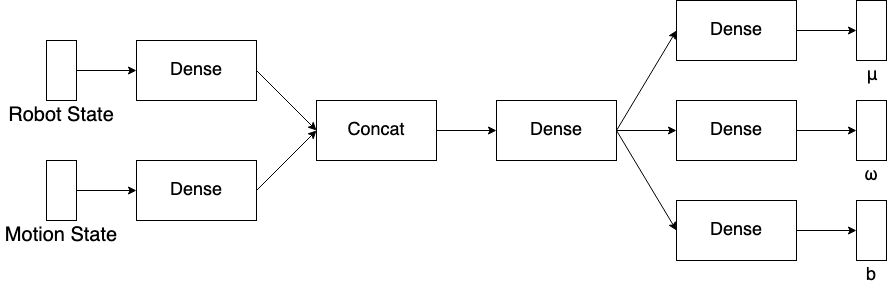
Above: images/actor_motion_en_net.png in shandilya1998/CPGController (draw.io), before the change. Source tidied: cells renumbered, new cells last; positions are measured from the earlier drawing's top-left corner, leaving out a move shared by most shapes.
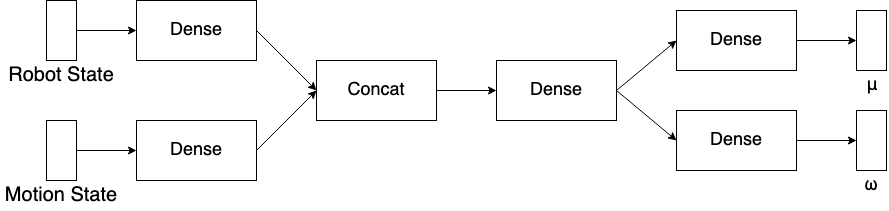
The same diagram one commit later.

The edit, as a diff of the source:
```diff
@@ -35,56 +35,41 @@
     <mxCell id="12" value="&lt;font style=&quot;font-size: 18px&quot;&gt;Dense&lt;/font&gt;" style="whiteSpace=wrap;html=1;rounded=0;" parent="1" vertex="1">
       <mxGeometry x="496" y="100" width="120" height="60" as="geometry" />
     </mxCell>
-    <mxCell id="13" style="edgeStyle=orthogonalEdgeStyle;rounded=0;jettySize=auto;html=1;" parent="1" edge="1" source="14" target="25">
+    <mxCell id="13" style="edgeStyle=orthogonalEdgeStyle;rounded=0;jettySize=auto;html=1;" parent="1" edge="1" source="14" target="22">
       <mxGeometry relative="1" as="geometry" />
     </mxCell>
     <mxCell id="14" value="&lt;font style=&quot;font-size: 18px&quot;&gt;Dense&lt;/font&gt;" style="rounded=0;whiteSpace=wrap;html=1;" parent="1" vertex="1">
-      <mxGeometry x="676" y="100" width="120" height="60" as="geometry" />
+      <mxGeometry x="676" y="150" width="120" height="60" as="geometry" />
     </mxCell>
-    <mxCell id="15" style="edgeStyle=orthogonalEdgeStyle;rounded=0;jettySize=auto;html=1;" parent="1" edge="1" source="16" target="26">
+    <mxCell id="15" style="edgeStyle=orthogonalEdgeStyle;rounded=0;jettySize=auto;html=1;" parent="1" edge="1" source="16" target="21">
       <mxGeometry relative="1" as="geometry" />
     </mxCell>
-    <mxCell id="16" value="&lt;font style=&quot;font-size: 18px&quot;&gt;Dense&lt;/font&gt;" style="whiteSpace=wrap;html=1;rounded=0;" parent="1" vertex="1">
-      <mxGeometry x="676" y="200" width="120" height="60" as="geometry" />
+    <mxCell id="16" value="&lt;font style=&quot;font-size: 18px&quot;&gt;Dense&lt;/font&gt;" style="rounded=0;whiteSpace=wrap;html=1;" parent="1" vertex="1">
+      <mxGeometry x="676" y="50" width="120" height="60" as="geometry" />
     </mxCell>
-    <mxCell id="17" style="edgeStyle=orthogonalEdgeStyle;rounded=0;jettySize=auto;html=1;" parent="1" edge="1" source="18" target="24">
+    <mxCell id="17" style="endArrow=classic;html=1;exitX=1;exitY=0.5;exitDx=0;exitDy=0;entryX=0;entryY=0.5;entryDx=0;entryDy=0;" parent="1" edge="1" source="12" target="16">
       <mxGeometry relative="1" as="geometry" />
     </mxCell>
-    <mxCell id="18" value="&lt;font style=&quot;font-size: 18px&quot;&gt;Dense&lt;/font&gt;" style="rounded=0;whiteSpace=wrap;html=1;" parent="1" vertex="1">
-      <mxGeometry x="676" width="120" height="60" as="geometry" />
+    <mxCell id="18" style="endArrow=classic;html=1;exitX=1;exitY=0.5;exitDx=0;exitDy=0;entryX=0;entryY=0.5;entryDx=0;entryDy=0;" parent="1" edge="1" source="12" target="14">
+      <mxGeometry relative="1" as="geometry" />
     </mxCell>
-    <mxCell id="19" style="endArrow=classic;html=1;exitX=1;exitY=0.5;exitDx=0;exitDy=0;entryX=0;entryY=0.5;entryDx=0;entryDy=0;" parent="1" edge="1" source="12" target="18">
-      <mxGeometry relative="1" as="geometry" />
+    <mxCell id="19" value="&lt;font style=&quot;font-size: 20px&quot;&gt;Robot State&lt;/font&gt;&lt;font style=&quot;font-size: 20px&quot;&gt;&lt;br&gt;&lt;/font&gt;" style="text;html=1;strokeColor=none;fillColor=none;align=center;verticalAlign=middle;whiteSpace=wrap;rounded=0;" parent="1" vertex="1">
+      <mxGeometry x="4.1" y="100" width="113.8" height="30" as="geometry" />
     </mxCell>
-    <mxCell id="20" style="endArrow=classic;html=1;exitX=1;exitY=0.5;exitDx=0;exitDy=0;entryX=0;entryY=0.5;entryDx=0;entryDy=0;" parent="1" edge="1" source="12" target="14">
-      <mxGeometry relative="1" as="geometry" />
+    <mxCell id="20" value="&lt;font style=&quot;font-size: 20px&quot;&gt;Motion State&lt;/font&gt;&lt;font style=&quot;font-size: 20px&quot;&gt;&lt;br&gt;&lt;/font&gt;" style="text;html=1;strokeColor=none;fillColor=none;align=center;verticalAlign=middle;whiteSpace=wrap;rounded=0;" parent="1" vertex="1">
+      <mxGeometry x="0.1" y="220" width="121.9" height="30" as="geometry" />
     </mxCell>
-    <mxCell id="21" style="endArrow=classic;html=1;exitX=1;exitY=0.5;exitDx=0;exitDy=0;entryX=0;entryY=0.5;entryDx=0;entryDy=0;" parent="1" edge="1" source="12" target="16">
-      <mxGeometry relative="1" as="geometry" />
+    <mxCell id="21" style="rounded=0;whiteSpace=wrap;html=1;" parent="1" vertex="1">
+      <mxGeometry x="856" y="50" width="30" height="60" as="geometry" />
     </mxCell>
-    <mxCell id="22" value="&lt;font style=&quot;font-size: 20px&quot;&gt;Robot State&lt;/font&gt;&lt;font style=&quot;font-size: 20px&quot;&gt;&lt;br&gt;&lt;/font&gt;" style="text;html=1;strokeColor=none;fillColor=none;align=center;verticalAlign=middle;whiteSpace=wrap;rounded=0;" parent="1" vertex="1">
-      <mxGeometry x="4.1" y="100" width="113.8" height="30" as="geometry" />
+    <mxCell id="22" style="rounded=0;whiteSpace=wrap;html=1;" parent="1" vertex="1">
+      <mxGeometry x="856" y="150" width="30" height="60" as="geometry" />
     </mxCell>
-    <mxCell id="23" value="&lt;font style=&quot;font-size: 20px&quot;&gt;Motion State&lt;/font&gt;&lt;font style=&quot;font-size: 20px&quot;&gt;&lt;br&gt;&lt;/font&gt;" style="text;html=1;strokeColor=none;fillColor=none;align=center;verticalAlign=middle;whiteSpace=wrap;rounded=0;" parent="1" vertex="1">
-      <mxGeometry x="0.1" y="220" width="121.9" height="30" as="geometry" />
+    <mxCell id="23" value="&lt;font style=&quot;font-size: 18px&quot;&gt;&lt;span class=&quot;ILfuVd NA6bn&quot;&gt;&lt;span class=&quot;hgKElc&quot;&gt;μ&lt;/span&gt;&lt;/span&gt;&lt;span class=&quot;ILfuVd&quot;&gt;&lt;span class=&quot;hgKElc&quot;&gt;&lt;br&gt;&lt;/span&gt;&lt;/span&gt;&lt;/font&gt;" style="text;html=1;strokeColor=none;fillColor=none;align=center;verticalAlign=middle;whiteSpace=wrap;rounded=0;" parent="1" vertex="1">
+      <mxGeometry x="856" y="110" width="31.9" height="30" as="geometry" />
     </mxCell>
-    <mxCell id="24" style="rounded=0;whiteSpace=wrap;html=1;" parent="1" vertex="1">
-      <mxGeometry x="856" width="30" height="60" as="geometry" />
+    <mxCell id="24" value="&lt;font style=&quot;font-size: 18px&quot;&gt;&lt;span class=&quot;ILfuVd NA6bn&quot;&gt;&lt;span class=&quot;hgKElc&quot;&gt;&lt;/span&gt;&lt;/span&gt;&lt;span class=&quot;ILfuVd&quot;&gt;&lt;span class=&quot;hgKElc&quot;&gt;ω&lt;br&gt;&lt;/span&gt;&lt;/span&gt;&lt;/font&gt;" style="text;html=1;strokeColor=none;fillColor=none;align=center;verticalAlign=middle;whiteSpace=wrap;rounded=0;" parent="1" vertex="1">
+      <mxGeometry x="856" y="210" width="30" height="30" as="geometry" />
     </mxCell>
-    <mxCell id="25" style="rounded=0;whiteSpace=wrap;html=1;" parent="1" vertex="1">
-      <mxGeometry x="856" y="100" width="30" height="60" as="geometry" />
-    </mxCell>
-    <mxCell id="26" style="rounded=0;whiteSpace=wrap;html=1;" parent="1" vertex="1">
-      <mxGeometry x="856" y="200" width="30" height="60" as="geometry" />
-    </mxCell>
-    <mxCell id="27" value="&lt;font style=&quot;font-size: 18px&quot;&gt;&lt;span class=&quot;ILfuVd NA6bn&quot;&gt;&lt;span class=&quot;hgKElc&quot;&gt;μ&lt;/span&gt;&lt;/span&gt;&lt;span class=&quot;ILfuVd&quot;&gt;&lt;span class=&quot;hgKElc&quot;&gt;&lt;br&gt;&lt;/span&gt;&lt;/span&gt;&lt;/font&gt;" style="text;html=1;strokeColor=none;fillColor=none;align=center;verticalAlign=middle;whiteSpace=wrap;rounded=0;" parent="1" vertex="1">
-      <mxGeometry x="856" y="60" width="31.9" height="30" as="geometry" />
-    </mxCell>
-    <mxCell id="28" value="&lt;font style=&quot;font-size: 18px&quot;&gt;&lt;span class=&quot;ILfuVd NA6bn&quot;&gt;&lt;span class=&quot;hgKElc&quot;&gt;&lt;/span&gt;&lt;/span&gt;&lt;span class=&quot;ILfuVd&quot;&gt;&lt;span class=&quot;hgKElc&quot;&gt;ω&lt;br&gt;&lt;/span&gt;&lt;/span&gt;&lt;/font&gt;" style="text;html=1;strokeColor=none;fillColor=none;align=center;verticalAlign=middle;whiteSpace=wrap;rounded=0;" parent="1" vertex="1">
-      <mxGeometry x="856" y="160" width="30" height="30" as="geometry" />
-    </mxCell>
-    <mxCell id="29" value="&lt;font style=&quot;font-size: 18px&quot;&gt;&lt;span class=&quot;ILfuVd NA6bn&quot;&gt;&lt;span class=&quot;hgKElc&quot;&gt;&lt;/span&gt;&lt;/span&gt;&lt;span class=&quot;ILfuVd&quot;&gt;&lt;span class=&quot;hgKElc&quot;&gt;b&lt;/span&gt;&lt;/span&gt;&lt;/font&gt;" style="text;html=1;strokeColor=none;fillColor=none;align=center;verticalAlign=middle;whiteSpace=wrap;rounded=0;" parent="1" vertex="1">
-      <mxGeometry x="856" y="260" width="30" height="30" as="geometry" />
-    </mxCell>
   </root>
 </mxGraphModel>
```
